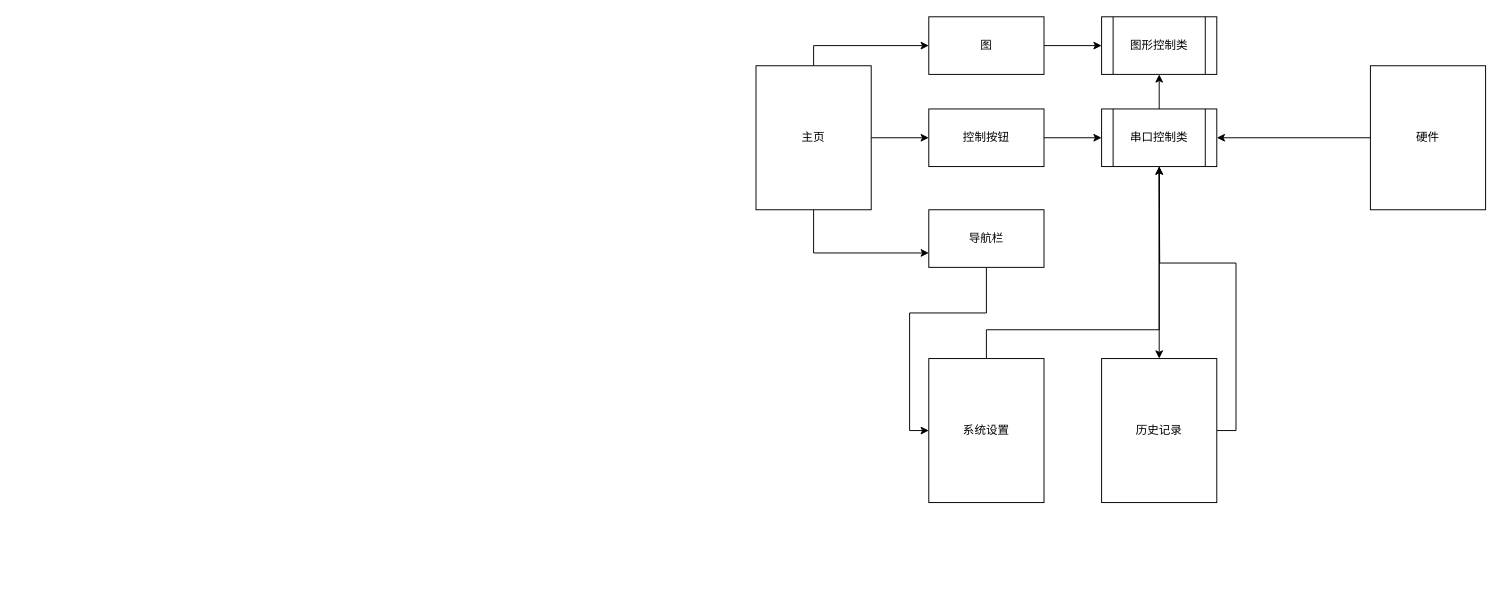
Earlier version of the draw.io diagram todo/串口APP.drawio (ksino/diagram). Source tidied: cells renumbered, new cells numbered last; positions are measured from the earlier drawing's top-left corner, leaving out a move shared by most shapes. Both pictures are drawn from the tidied source at 96%, with x=0, y=0 at pixel (756, 16).
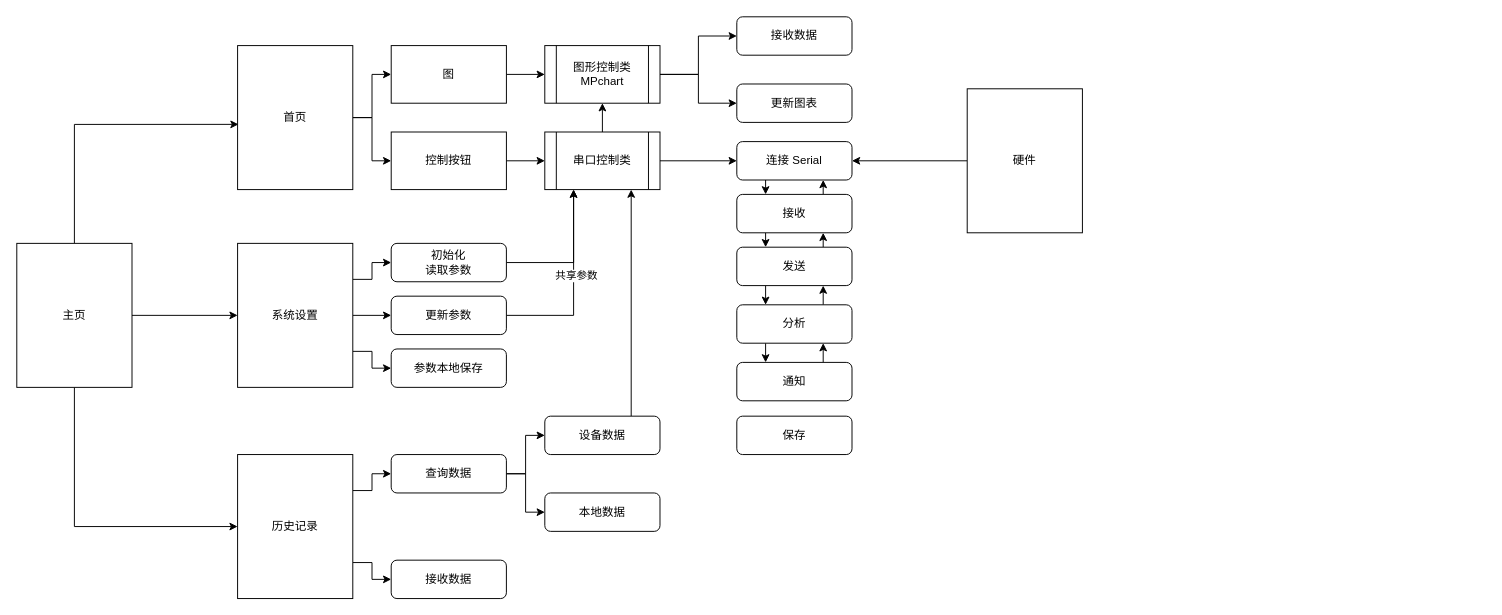
Above is the later version.

Change to the diagram source:
```diff
@@
-    <mxCell id="2" style="edgeStyle=orthogonalEdgeStyle;rounded=0;jettySize=auto;html=1;exitX=0.5;exitY=0;exitDx=0;exitDy=0;" parent="1" edge="1" source="5" target="7">
-      <mxGeometry relative="1" as="geometry" />
-    </mxCell>
-    <mxCell id="3" style="edgeStyle=orthogonalEdgeStyle;rounded=0;jettySize=auto;html=1;exitX=1;exitY=0.5;exitDx=0;exitDy=0;" parent="1" edge="1" source="5" target="9">
-      <mxGeometry relative="1" as="geometry" />
-    </mxCell>
-    <mxCell id="4" style="edgeStyle=orthogonalEdgeStyle;rounded=0;jettySize=auto;html=1;entryX=0;entryY=0.75;entryDx=0;entryDy=0;exitX=0.5;exitY=1;exitDx=0;exitDy=0;" parent="1" edge="1" source="5" target="15">
-      <mxGeometry relative="1" as="geometry" />
-    </mxCell>
+    <mxCell id="22" style="edgeStyle=orthogonalEdgeStyle;rounded=0;jettySize=auto;html=1;exitX=0.5;exitY=0;exitDx=0;exitDy=0;entryX=0.008;entryY=0.547;entryDx=0;entryDy=0;entryPerimeter=0;" parent="1" edge="1" source="5" target="36">
+      <mxGeometry relative="1" as="geometry" />
+    </mxCell>
+    <mxCell id="23" style="edgeStyle=orthogonalEdgeStyle;rounded=0;jettySize=auto;html=1;exitX=0.5;exitY=1;exitDx=0;exitDy=0;entryX=0;entryY=0.5;entryDx=0;entryDy=0;" parent="1" edge="1" source="5" target="13">
+      <mxGeometry relative="1" as="geometry" />
+    </mxCell>
+    <mxCell id="24" style="edgeStyle=orthogonalEdgeStyle;rounded=0;jettySize=auto;html=1;exitX=1;exitY=0.5;exitDx=0;exitDy=0;" parent="1" edge="1" source="5" target="11">
+      <mxGeometry relative="1" as="geometry" />
+    </mxCell>
     <mxCell id="5" value="主页" style="rounded=0;whiteSpace=wrap;html=1;" parent="1" vertex="1">
-      <mxGeometry y="51" width="120" height="150" as="geometry" />
+      <mxGeometry x="-770" y="236" width="120" height="150" as="geometry" />
     </mxCell>
@@
     <mxCell id="7" value="图" style="rounded=0;whiteSpace=wrap;html=1;" parent="1" vertex="1">
-      <mxGeometry x="180" width="120" height="60" as="geometry" />
+      <mxGeometry x="-380" y="30" width="120" height="60" as="geometry" />
     </mxCell>
@@
     <mxCell id="9" value="控制按钮" style="rounded=0;whiteSpace=wrap;html=1;" parent="1" vertex="1">
-      <mxGeometry x="180" y="96" width="120" height="60" as="geometry" />
+      <mxGeometry x="-380" y="120" width="120" height="60" as="geometry" />
     </mxCell>
-    <mxCell id="10" style="edgeStyle=orthogonalEdgeStyle;rounded=0;jettySize=auto;html=1;entryX=0.5;entryY=1;entryDx=0;entryDy=0;" parent="1" edge="1" source="11" target="18">
-      <mxGeometry relative="1" as="geometry">
-        <Array as="points">
-          <mxPoint x="240" y="326" />
-          <mxPoint x="420" y="326" />
-        </Array>
-      </mxGeometry>
-    </mxCell>
+    <mxCell id="25" style="edgeStyle=orthogonalEdgeStyle;rounded=0;jettySize=auto;html=1;exitX=1;exitY=0.25;exitDx=0;exitDy=0;entryX=0;entryY=0.5;entryDx=0;entryDy=0;" parent="1" edge="1" source="11" target="61">
+      <mxGeometry relative="1" as="geometry" />
+    </mxCell>
+    <mxCell id="26" style="edgeStyle=orthogonalEdgeStyle;rounded=0;jettySize=auto;html=1;exitX=1;exitY=0.5;exitDx=0;exitDy=0;" parent="1" edge="1" source="11" target="55">
+      <mxGeometry relative="1" as="geometry" />
+    </mxCell>
+    <mxCell id="27" style="edgeStyle=orthogonalEdgeStyle;rounded=0;jettySize=auto;html=1;exitX=1;exitY=0.75;exitDx=0;exitDy=0;" parent="1" edge="1" source="11" target="52">
+      <mxGeometry relative="1" as="geometry" />
+    </mxCell>
     <mxCell id="11" value="系统设置" style="rounded=0;whiteSpace=wrap;html=1;" parent="1" vertex="1">
-      <mxGeometry x="180" y="356" width="120" height="150" as="geometry" />
+      <mxGeometry x="-540" y="236" width="120" height="150" as="geometry" />
     </mxCell>
-    <mxCell id="12" style="edgeStyle=orthogonalEdgeStyle;rounded=0;jettySize=auto;html=1;exitX=1;exitY=0.5;exitDx=0;exitDy=0;" parent="1" edge="1" source="13">
-      <mxGeometry relative="1" as="geometry">
-        <mxPoint x="420" y="156" as="targetPoint" />
-      </mxGeometry>
-    </mxCell>
+    <mxCell id="28" style="edgeStyle=orthogonalEdgeStyle;rounded=0;jettySize=auto;html=1;exitX=1;exitY=0.25;exitDx=0;exitDy=0;" parent="1" edge="1" source="13" target="65">
+      <mxGeometry relative="1" as="geometry" />
+    </mxCell>
+    <mxCell id="29" style="edgeStyle=orthogonalEdgeStyle;rounded=0;jettySize=auto;html=1;exitX=1;exitY=0.75;exitDx=0;exitDy=0;entryX=0;entryY=0.5;entryDx=0;entryDy=0;" parent="1" edge="1" source="13" target="59">
+      <mxGeometry relative="1" as="geometry" />
+    </mxCell>
     <mxCell id="13" value="历史记录" style="rounded=0;whiteSpace=wrap;html=1;" parent="1" vertex="1">
-      <mxGeometry x="360" y="356" width="120" height="150" as="geometry" />
+      <mxGeometry x="-540" y="456" width="120" height="150" as="geometry" />
     </mxCell>
-    <mxCell id="14" style="edgeStyle=orthogonalEdgeStyle;rounded=0;jettySize=auto;html=1;exitX=0.5;exitY=1;exitDx=0;exitDy=0;entryX=0;entryY=0.5;entryDx=0;entryDy=0;" parent="1" edge="1" source="15" target="11">
-      <mxGeometry relative="1" as="geometry" />
-    </mxCell>
-    <mxCell id="15" value="导航栏" style="rounded=0;whiteSpace=wrap;html=1;" parent="1" vertex="1">
-      <mxGeometry x="180" y="201" width="120" height="60" as="geometry" />
-    </mxCell>
-    <mxCell id="16" style="edgeStyle=orthogonalEdgeStyle;rounded=0;jettySize=auto;html=1;exitX=0.5;exitY=1;exitDx=0;exitDy=0;entryX=0.5;entryY=0;entryDx=0;entryDy=0;" parent="1" edge="1" source="18" target="13">
-      <mxGeometry relative="1" as="geometry" />
-    </mxCell>
@@
+    <mxCell id="30" style="edgeStyle=orthogonalEdgeStyle;rounded=0;jettySize=auto;html=1;exitX=1;exitY=0.5;exitDx=0;exitDy=0;" parent="1" edge="1" source="18" target="38">
+      <mxGeometry relative="1" as="geometry" />
+    </mxCell>
     <mxCell id="18" value="串口控制类" style="shape=process;whiteSpace=wrap;html=1;backgroundOutline=1;" parent="1" vertex="1">
-      <mxGeometry x="360" y="96" width="120" height="60" as="geometry" />
+      <mxGeometry x="-220" y="120" width="120" height="60" as="geometry" />
     </mxCell>
+    <mxCell id="31" style="edgeStyle=orthogonalEdgeStyle;rounded=0;jettySize=auto;html=1;exitX=1;exitY=0.5;exitDx=0;exitDy=0;entryX=0;entryY=0.5;entryDx=0;entryDy=0;" parent="1" edge="1" source="19" target="50">
+      <mxGeometry relative="1" as="geometry" />
+    </mxCell>
+    <mxCell id="32" style="edgeStyle=orthogonalEdgeStyle;rounded=0;jettySize=auto;html=1;exitX=1;exitY=0.5;exitDx=0;exitDy=0;entryX=0;entryY=0.5;entryDx=0;entryDy=0;" parent="1" edge="1" source="19" target="51">
+      <mxGeometry relative="1" as="geometry" />
+    </mxCell>
-    <mxCell id="19" value="图形控制类" style="shape=process;whiteSpace=wrap;html=1;backgroundOutline=1;" parent="1" vertex="1">
-      <mxGeometry x="360" width="120" height="60" as="geometry" />
+    <mxCell id="19" value="&lt;div&gt;图形控制类&lt;/div&gt;&lt;div&gt;MPchart&lt;br&gt;&lt;/div&gt;" style="shape=process;whiteSpace=wrap;html=1;backgroundOutline=1;" parent="1" vertex="1">
+      <mxGeometry x="-220" y="30" width="120" height="60" as="geometry" />
     </mxCell>
-    <mxCell id="20" style="edgeStyle=orthogonalEdgeStyle;rounded=0;jettySize=auto;html=1;entryX=1;entryY=0.5;entryDx=0;entryDy=0;" parent="1" edge="1" source="21" target="18">
-      <mxGeometry relative="1" as="geometry" />
-    </mxCell>
+    <mxCell id="33" style="edgeStyle=orthogonalEdgeStyle;rounded=0;jettySize=auto;html=1;exitX=0;exitY=0.5;exitDx=0;exitDy=0;" parent="1" edge="1" source="21" target="38">
+      <mxGeometry relative="1" as="geometry" />
+    </mxCell>
     <mxCell id="21" value="硬件" style="rounded=0;whiteSpace=wrap;html=1;" parent="1" vertex="1">
-      <mxGeometry x="640" y="51" width="120" height="150" as="geometry" />
+      <mxGeometry x="220" y="75" width="120" height="150" as="geometry" />
     </mxCell>
+    <mxCell id="34" style="edgeStyle=orthogonalEdgeStyle;rounded=0;jettySize=auto;html=1;exitX=1;exitY=0.5;exitDx=0;exitDy=0;" parent="1" edge="1" source="36" target="7">
+      <mxGeometry relative="1" as="geometry" />
+    </mxCell>
+    <mxCell id="35" style="edgeStyle=orthogonalEdgeStyle;rounded=0;jettySize=auto;html=1;exitX=1;exitY=0.5;exitDx=0;exitDy=0;entryX=0;entryY=0.5;entryDx=0;entryDy=0;" parent="1" edge="1" source="36" target="9">
+      <mxGeometry relative="1" as="geometry" />
+    </mxCell>
+    <mxCell id="36" value="首页" style="rounded=0;whiteSpace=wrap;html=1;" parent="1" vertex="1">
+      <mxGeometry x="-540" y="30" width="120" height="150" as="geometry" />
+    </mxCell>
+    <mxCell id="37" style="edgeStyle=orthogonalEdgeStyle;rounded=0;jettySize=auto;html=1;exitX=0.25;exitY=1;exitDx=0;exitDy=0;entryX=0.25;entryY=0;entryDx=0;entryDy=0;" parent="1" edge="1" source="38" target="41">
+      <mxGeometry relative="1" as="geometry" />
+    </mxCell>
+    <mxCell id="38" value="连接 Serial" style="rounded=1;whiteSpace=wrap;html=1;" parent="1" vertex="1">
+      <mxGeometry x="-20" y="130" width="120" height="40" as="geometry" />
+    </mxCell>
+    <mxCell id="39" style="edgeStyle=orthogonalEdgeStyle;rounded=0;jettySize=auto;html=1;exitX=0.25;exitY=1;exitDx=0;exitDy=0;entryX=0.25;entryY=0;entryDx=0;entryDy=0;" parent="1" edge="1" source="41" target="44">
+      <mxGeometry relative="1" as="geometry" />
+    </mxCell>
+    <mxCell id="40" style="edgeStyle=orthogonalEdgeStyle;rounded=0;jettySize=auto;html=1;exitX=0.75;exitY=0;exitDx=0;exitDy=0;entryX=0.75;entryY=1;entryDx=0;entryDy=0;" parent="1" edge="1" source="41" target="38">
+      <mxGeometry relative="1" as="geometry" />
+    </mxCell>
+    <mxCell id="41" value="&lt;div&gt;接收&lt;/div&gt;" style="rounded=1;whiteSpace=wrap;html=1;" parent="1" vertex="1">
+      <mxGeometry x="-20" y="185" width="120" height="40" as="geometry" />
+    </mxCell>
+    <mxCell id="42" style="edgeStyle=orthogonalEdgeStyle;rounded=0;jettySize=auto;html=1;exitX=0.25;exitY=1;exitDx=0;exitDy=0;entryX=0.25;entryY=0;entryDx=0;entryDy=0;" parent="1" edge="1" source="44" target="47">
+      <mxGeometry relative="1" as="geometry" />
+    </mxCell>
+    <mxCell id="43" style="edgeStyle=orthogonalEdgeStyle;rounded=0;jettySize=auto;html=1;exitX=0.75;exitY=0;exitDx=0;exitDy=0;entryX=0.75;entryY=1;entryDx=0;entryDy=0;" parent="1" edge="1" source="44" target="41">
+      <mxGeometry relative="1" as="geometry" />
+    </mxCell>
+    <mxCell id="44" value="发送" style="rounded=1;whiteSpace=wrap;html=1;" parent="1" vertex="1">
+      <mxGeometry x="-20" y="240" width="120" height="40" as="geometry" />
+    </mxCell>
+    <mxCell id="45" style="edgeStyle=orthogonalEdgeStyle;rounded=0;jettySize=auto;html=1;exitX=0.25;exitY=1;exitDx=0;exitDy=0;entryX=0.25;entryY=0;entryDx=0;entryDy=0;" parent="1" edge="1" source="47" target="49">
+      <mxGeometry relative="1" as="geometry" />
+    </mxCell>
+    <mxCell id="46" style="edgeStyle=orthogonalEdgeStyle;rounded=0;jettySize=auto;html=1;exitX=0.75;exitY=0;exitDx=0;exitDy=0;entryX=0.75;entryY=1;entryDx=0;entryDy=0;" parent="1" edge="1" source="47" target="44">
+      <mxGeometry relative="1" as="geometry" />
+    </mxCell>
+    <mxCell id="47" value="分析" style="rounded=1;whiteSpace=wrap;html=1;" parent="1" vertex="1">
+      <mxGeometry x="-20" y="300" width="120" height="40" as="geometry" />
+    </mxCell>
+    <mxCell id="48" style="edgeStyle=orthogonalEdgeStyle;rounded=0;jettySize=auto;html=1;exitX=0.75;exitY=0;exitDx=0;exitDy=0;entryX=0.75;entryY=1;entryDx=0;entryDy=0;" parent="1" edge="1" source="49" target="47">
+      <mxGeometry relative="1" as="geometry" />
+    </mxCell>
+    <mxCell id="49" value="通知" style="rounded=1;whiteSpace=wrap;html=1;" parent="1" vertex="1">
+      <mxGeometry x="-20" y="360" width="120" height="40" as="geometry" />
+    </mxCell>
+    <mxCell id="50" value="接收数据" style="rounded=1;whiteSpace=wrap;html=1;" parent="1" vertex="1">
+      <mxGeometry x="-20" width="120" height="40" as="geometry" />
+    </mxCell>
+    <mxCell id="51" value="更新图表" style="rounded=1;whiteSpace=wrap;html=1;" parent="1" vertex="1">
+      <mxGeometry x="-20" y="70" width="120" height="40" as="geometry" />
+    </mxCell>
+    <mxCell id="52" value="参数本地保存" style="rounded=1;whiteSpace=wrap;html=1;" parent="1" vertex="1">
+      <mxGeometry x="-380" y="346" width="120" height="40" as="geometry" />
+    </mxCell>
+    <mxCell id="53" style="edgeStyle=orthogonalEdgeStyle;rounded=0;jettySize=auto;html=1;exitX=1;exitY=0.5;exitDx=0;exitDy=0;entryX=0.25;entryY=1;entryDx=0;entryDy=0;" parent="1" edge="1" source="55" target="18">
+      <mxGeometry relative="1" as="geometry" />
+    </mxCell>
+    <mxCell id="54" value="共享参数" style="edgeLabel;html=1;align=center;verticalAlign=middle;" parent="53" vertex="1">
+      <mxGeometry x="0.11" y="-2" relative="1" as="geometry" />
+    </mxCell>
+    <mxCell id="55" value="更新参数" style="rounded=1;whiteSpace=wrap;html=1;" parent="1" vertex="1">
+      <mxGeometry x="-380" y="291" width="120" height="40" as="geometry" />
+    </mxCell>
+    <mxCell id="56" value="保存" style="rounded=1;whiteSpace=wrap;html=1;" parent="1" vertex="1">
+      <mxGeometry x="-20" y="416" width="120" height="40" as="geometry" />
+    </mxCell>
+    <mxCell id="57" style="edgeStyle=orthogonalEdgeStyle;rounded=0;jettySize=auto;html=1;exitX=0.75;exitY=0;exitDx=0;exitDy=0;entryX=0.75;entryY=1;entryDx=0;entryDy=0;" parent="1" edge="1" source="58" target="18">
+      <mxGeometry relative="1" as="geometry" />
+    </mxCell>
+    <mxCell id="58" value="设备数据" style="rounded=1;whiteSpace=wrap;html=1;" parent="1" vertex="1">
+      <mxGeometry x="-220" y="416" width="120" height="40" as="geometry" />
+    </mxCell>
+    <mxCell id="59" value="接收数据" style="rounded=1;whiteSpace=wrap;html=1;" parent="1" vertex="1">
+      <mxGeometry x="-380" y="566" width="120" height="40" as="geometry" />
+    </mxCell>
+    <mxCell id="60" style="edgeStyle=orthogonalEdgeStyle;rounded=0;jettySize=auto;html=1;exitX=1;exitY=0.5;exitDx=0;exitDy=0;entryX=0.25;entryY=1;entryDx=0;entryDy=0;" parent="1" edge="1" source="61" target="18">
+      <mxGeometry relative="1" as="geometry" />
+    </mxCell>
+    <mxCell id="61" value="&lt;div&gt;初始化&lt;br&gt;&lt;/div&gt;&lt;div&gt;读取参数&lt;/div&gt;" style="rounded=1;whiteSpace=wrap;html=1;" parent="1" vertex="1">
+      <mxGeometry x="-380" y="236" width="120" height="40" as="geometry" />
+    </mxCell>
+    <mxCell id="62" value="&lt;div&gt;本地数据&lt;/div&gt;" style="rounded=1;whiteSpace=wrap;html=1;" parent="1" vertex="1">
+      <mxGeometry x="-220" y="496" width="120" height="40" as="geometry" />
+    </mxCell>
+    <mxCell id="63" style="edgeStyle=orthogonalEdgeStyle;rounded=0;jettySize=auto;html=1;exitX=1;exitY=0.5;exitDx=0;exitDy=0;" parent="1" edge="1" source="65" target="62">
+      <mxGeometry relative="1" as="geometry" />
+    </mxCell>
+    <mxCell id="64" style="edgeStyle=orthogonalEdgeStyle;rounded=0;jettySize=auto;html=1;exitX=1;exitY=0.5;exitDx=0;exitDy=0;entryX=0;entryY=0.5;entryDx=0;entryDy=0;" parent="1" edge="1" source="65" target="58">
+      <mxGeometry relative="1" as="geometry" />
+    </mxCell>
+    <mxCell id="65" value="查询数据" style="rounded=1;whiteSpace=wrap;html=1;" parent="1" vertex="1">
+      <mxGeometry x="-380" y="456" width="120" height="40" as="geometry" />
+    </mxCell>
```
